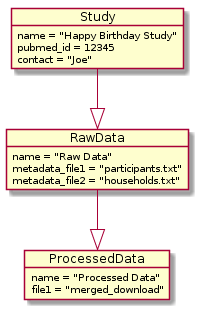
This is project_planning/images/clinepi_study_uml.png from jbrestel/org-docs, a PlantUML export, as it was before one commit. Its diagram source:
```plantuml
@startuml
object Study {
        name = "Happy Birthday Study"
        pubmed_id = 12345
            contact = "Joe"
}

object RawData {
        name = "Raw Data"
        metadata_file1 = "participants.txt"
        metadata_file2 = "households.txt"
}
object ProcessedData {
        name = "Processed Data"
        file1 = "merged_download"
}

Study --|> RawData
RawData --|> ProcessedData
@enduml
```
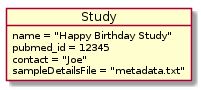
After the change.

Diff of the diagram source:
```diff
@@ -2,19 +2,7 @@
 object Study {
         name = "Happy Birthday Study"
         pubmed_id = 12345
-            contact = "Joe"
+        contact = "Joe"
+        sampleDetailsFile = "metadata.txt"
 }
-
-object RawData {
-        name = "Raw Data"
-        metadata_file1 = "participants.txt"
-        metadata_file2 = "households.txt"
-}
-object ProcessedData {
-        name = "Processed Data"
-        file1 = "merged_download"
-}
-
-Study --|> RawData
-RawData --|> ProcessedData
 @enduml
```
